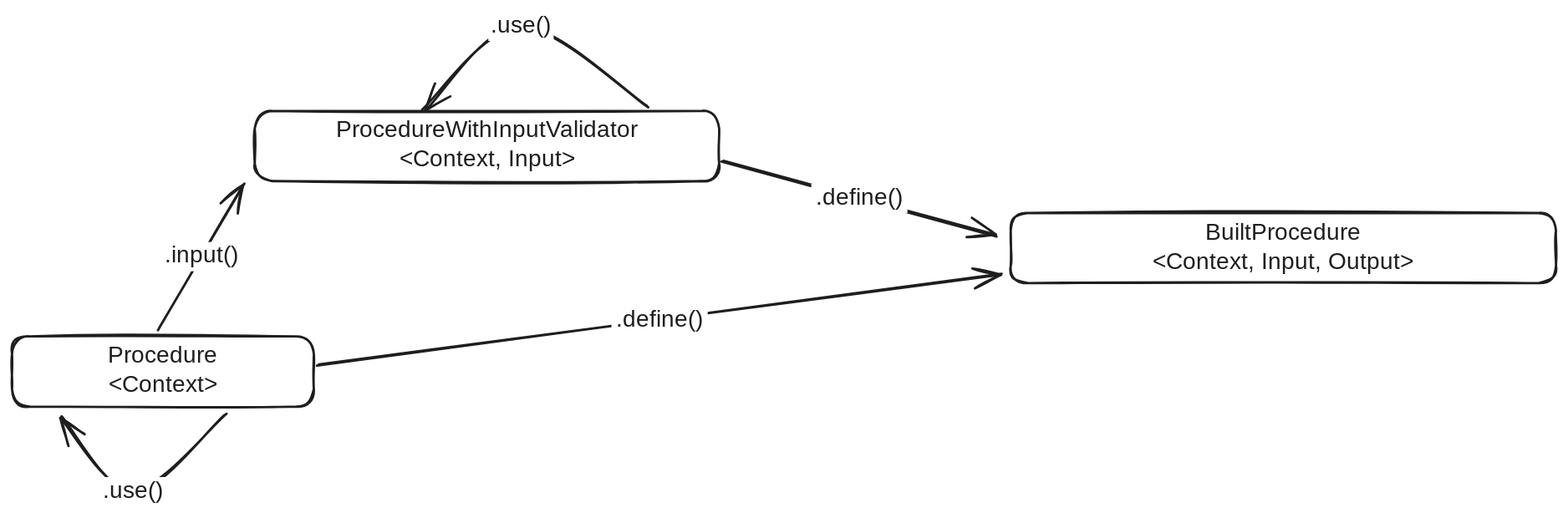
Earlier version of the Excalidraw export docs/procedure-builder.excalidraw.svg (petrhdk/rpc). Source tidied: one line per element, renumbered; positions are measured from the earlier drawing's top-left corner, leaving out a move shared by most shapes.
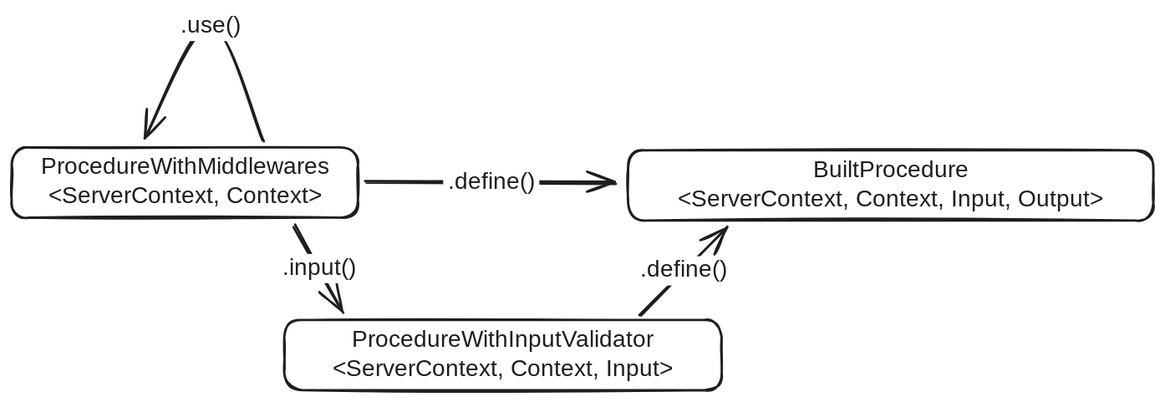
Above is the later version.

Commit message:
Docs: updated query builder flow

Change to the diagram source:
```diff
@@ -1,16 +1,14 @@
-{"id": 0, "type": "rectangle", "strokeColor": "#1e1e1e", "strokeWidth": 2, "roughness": 1, "round": true, "x": 127, "y": 265, "width": 258, "height": 60}
-{"id": 1, "type": "text", "text": "Procedure\n<Context>", "strokeColor": "#1e1e1e", "strokeWidth": 2, "roughness": 1, "fontSize": 20, "fontFamily": 5, "textAlign": "center", "verticalAlign": "middle", "inside": 0, "x": 205, "y": 270, "width": 102, "height": 50}
-{"id": 2, "type": "arrow", "strokeColor": "#1e1e1e", "strokeWidth": 2, "roughness": 1, "endArrowhead": "arrow", "round": true, "from": 0, "to": 0, "x": 309, "y": 333, "width": 139, "height": 65, "points": [[0, 0], [-78, 65], [-139, 1]]}
-{"id": 3, "type": "text", "text": ".use()", "strokeColor": "#1e1e1e", "strokeWidth": 2, "roughness": 1, "fontSize": 20, "fontFamily": 5, "textAlign": "center", "verticalAlign": "middle", "inside": 2, "x": 0, "y": 162, "width": 56, "height": 25}
-{"id": 4, "type": "rectangle", "strokeColor": "#1e1e1e", "strokeWidth": 2, "roughness": 1, "round": true, "x": 334, "y": 72, "width": 397, "height": 60}
-{"id": 5, "type": "text", "text": "ProcedureWithInputValidator\n<Context, Input>", "strokeColor": "#1e1e1e", "strokeWidth": 2, "roughness": 1, "fontSize": 20, "fontFamily": 5, "textAlign": "center", "verticalAlign": "middle", "inside": 4, "x": 392, "y": 77, "width": 282, "height": 50}
-{"id": 6, "type": "arrow", "strokeColor": "#1e1e1e", "strokeWidth": 2, "roughness": 1, "endArrowhead": "arrow", "round": true, "from": 0, "to": 4, "x": 252, "y": 259, "width": 74, "height": 123, "points": [[0, 0], [74, -123]]}
+{"id": 16, "type": "rectangle", "strokeColor": "#1e1e1e", "strokeWidth": 2, "roughness": 1, "round": true, "x": -58, "y": 36, "width": 296, "height": 60}
+{"id": 17, "type": "text", "text": "ProcedureWithMiddlewares\n<ServerContext, Context>", "strokeColor": "#1e1e1e", "strokeWidth": 2, "roughness": 1, "fontSize": 20, "fontFamily": 5, "textAlign": "center", "verticalAlign": "middle", "inside": 16, "x": -38, "y": 41, "width": 256, "height": 50}
+{"id": 18, "type": "rectangle", "strokeColor": "#1e1e1e", "strokeWidth": 2, "roughness": 1, "round": true, "x": 175, "y": 183, "width": 374, "height": 60}
+{"id": 19, "type": "text", "text": "ProcedureWithInputValidator\n<ServerContext, Context, Input>", "strokeColor": "#1e1e1e", "strokeWidth": 2, "roughness": 1, "fontSize": 20, "fontFamily": 5, "textAlign": "center", "verticalAlign": "middle", "inside": 18, "x": 200, "y": 188, "width": 323, "height": 50}
+{"id": 20, "type": "rectangle", "strokeColor": "#1e1e1e", "strokeWidth": 2, "roughness": 1, "round": true, "x": 469, "y": 38, "width": 449, "height": 60}
+{"id": 21, "type": "text", "text": "BuiltProcedure\n<ServerContext, Context, Input, Output>", "strokeColor": "#1e1e1e", "strokeWidth": 2, "roughness": 1, "fontSize": 20, "fontFamily": 5, "textAlign": "center", "verticalAlign": "middle", "inside": 20, "x": 490, "y": 43, "width": 406, "height": 50}
+{"id": 22, "type": "arrow", "strokeColor": "#1e1e1e", "strokeWidth": 2, "roughness": 1, "endArrowhead": "arrow", "round": true, "from": 16, "to": 20, "x": 245, "y": 66, "width": 214, "height": 0, "points": [[0, 0], [214, 0]]}
+{"id": 23, "type": "text", "text": ".define()", "strokeColor": "#1e1e1e", "strokeWidth": 2, "roughness": 1, "fontSize": 20, "fontFamily": 5, "textAlign": "center", "verticalAlign": "middle", "inside": 22, "x": 311, "y": 54, "width": 82, "height": 25}
+{"id": 24, "type": "arrow", "strokeColor": "#1e1e1e", "strokeWidth": 2, "roughness": 1, "endArrowhead": "arrow", "round": true, "from": 16, "to": 18, "x": 184, "y": 102, "width": 42, "height": 74, "points": [[0, 0], [42, 74]]}
-{"id": 7, "type": "text", "text": ".input()", "strokeColor": "#1e1e1e", "strokeWidth": 2, "roughness": 1, "fontSize": 20, "fontFamily": 5, "textAlign": "center", "verticalAlign": "middle", "inside": 6, "x": 169, "y": 127, "width": 71, "height": 25}
+{"id": 7, "type": "text", "text": ".input()", "strokeColor": "#1e1e1e", "strokeWidth": 2, "roughness": 1, "fontSize": 20, "fontFamily": 5, "textAlign": "center", "verticalAlign": "middle", "inside": 24, "x": 169, "y": 127, "width": 71, "height": 25}
-{"id": 8, "type": "arrow", "strokeColor": "#1e1e1e", "strokeWidth": 2, "roughness": 1, "endArrowhead": "arrow", "round": true, "from": 0, "to": 10, "x": 389, "y": 291, "width": 584, "height": 78, "points": [[0, 0], [584, -78]]}
-{"id": 9, "type": "text", "text": ".define()", "strokeColor": "#1e1e1e", "strokeWidth": 2, "roughness": 1, "fontSize": 20, "fontFamily": 5, "textAlign": "center", "verticalAlign": "middle", "inside": 8, "x": 393, "y": 67, "width": 82, "height": 25}
-{"id": 10, "type": "rectangle", "strokeColor": "#1e1e1e", "strokeWidth": 2, "roughness": 1, "round": true, "x": 981, "y": 160, "width": 466, "height": 60}
-{"id": 11, "type": "text", "text": "BuiltProcedure\n<Context, Input, Output>", "strokeColor": "#1e1e1e", "strokeWidth": 2, "roughness": 1, "fontSize": 20, "fontFamily": 5, "textAlign": "center", "verticalAlign": "middle", "inside": 10, "x": 1088, "y": 165, "width": 252, "height": 50}
-{"id": 12, "type": "arrow", "strokeColor": "#1e1e1e", "strokeWidth": 2, "roughness": 1, "endArrowhead": "arrow", "round": true, "from": 4, "to": 10, "x": 735, "y": 115, "width": 233, "height": 64, "points": [[0, 0], [233, 64]]}
-{"id": 13, "type": "text", "text": ".define()", "strokeColor": "#1e1e1e", "strokeWidth": 2, "roughness": 1, "fontSize": 20, "fontFamily": 5, "textAlign": "center", "verticalAlign": "middle", "inside": 12, "x": 936, "y": 161, "width": 82, "height": 25}
-{"id": 14, "type": "arrow", "strokeColor": "#1e1e1e", "strokeWidth": 2, "roughness": 1, "endArrowhead": "arrow", "round": true, "from": 4, "to": 4, "x": 670, "y": 70, "width": 192, "height": 71, "points": [[0, 0], [-108, -70], [-192, 2]]}
-{"id": 15, "type": "text", "text": ".use()", "strokeColor": "#1e1e1e", "strokeWidth": 2, "roughness": 1, "fontSize": 20, "fontFamily": 5, "textAlign": "center", "verticalAlign": "middle", "inside": 14, "x": 7, "y": 128, "width": 56, "height": 25}
+{"id": 25, "type": "arrow", "strokeColor": "#1e1e1e", "strokeWidth": 2, "roughness": 1, "endArrowhead": "arrow", "round": true, "from": 18, "to": 20, "x": 480, "y": 178, "width": 73, "height": 74, "points": [[0, 0], [73, -74]]}
+{"id": 26, "type": "text", "text": ".define()", "strokeColor": "#1e1e1e", "strokeWidth": 2, "roughness": 1, "fontSize": 20, "fontFamily": 5, "textAlign": "center", "verticalAlign": "middle", "inside": 25, "x": 475, "y": 129, "width": 82, "height": 25}
+{"id": 27, "type": "arrow", "strokeColor": "#1e1e1e", "strokeWidth": 2, "roughness": 1, "endArrowhead": "arrow", "round": true, "from": 16, "to": 16, "x": 157, "y": 30, "width": 101, "height": 98, "points": [[0, 0], [-45, -98], [-101, -2]]}
+{"id": 28, "type": "text", "text": ".use()", "strokeColor": "#1e1e1e", "strokeWidth": 2, "roughness": 1, "fontSize": 20, "fontFamily": 5, "textAlign": "center", "verticalAlign": "middle", "inside": 27, "x": 84, "y": -80, "width": 56, "height": 25}
```
